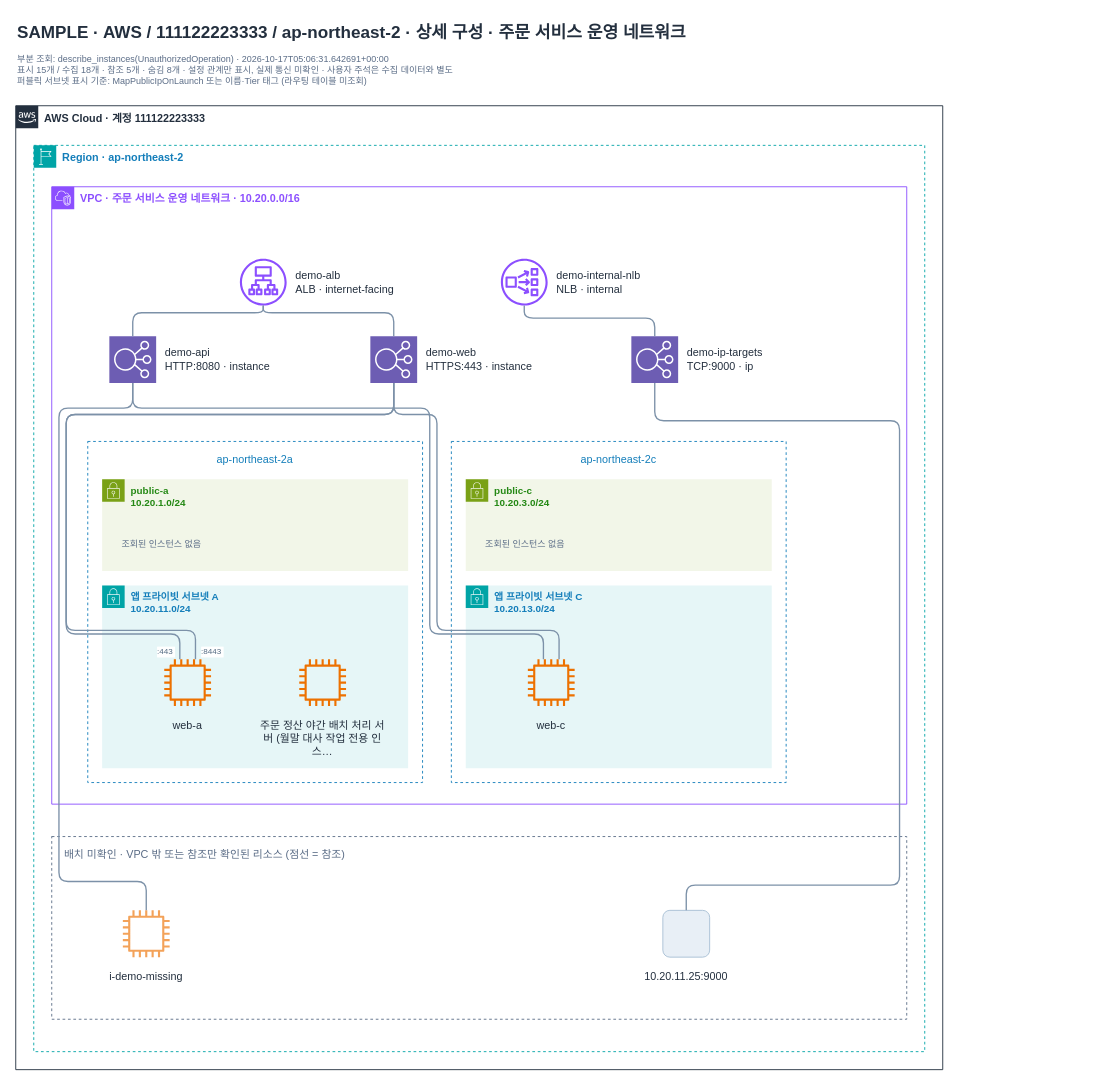
men16922/diagram-bot keeps this draw.io diagram as page "vpc-demo" (2 of 4) of examples/demo/topology.drawio. Above is the earlier version. Source tidied: cells renumbered, new cells numbered last; positions are measured from the earlier drawing's top-left corner, leaving out a move shared by most shapes. Both pictures are drawn from the tidied source at 90%, with x=0, y=0 at pixel (15, 15).
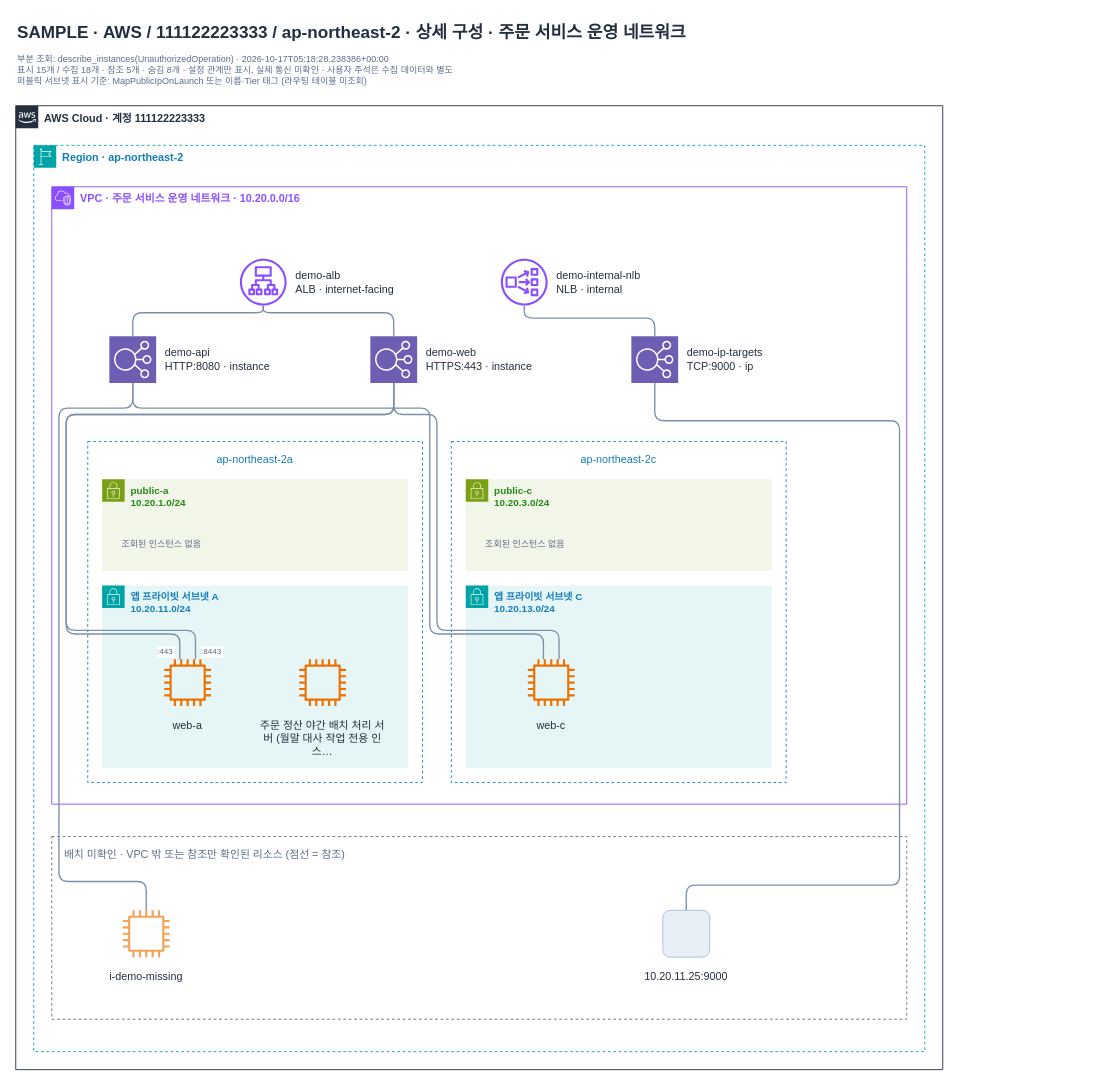
The same page after the edit.

Change to the diagram source:
```diff
@@
-    <mxCell id="3" value="부분 조회: describe_instances(UnauthorizedOperation) · 2026-10-17T05:06:31.642691+00:00&#10;표시 15개 / 수집 18개 · 참조 5개 · 숨김 8개 · 설정 관계만 표시, 실제 통신 미확인 · 사용자 주석은 수집 데이터와 별도&#10;퍼블릭 서브넷 표시 기준: MapPublicIpOnLaunch 또는 이름·Tier 태그 (라우팅 테이블 미조회)" style="html=0;fontFamily=Arial;fontSize=12;fontColor=#232F3E;text;align=left;verticalAlign=top;whiteSpace=wrap;fontSize=10;fontColor=#5A6C86;strokeColor=none;fillColor=none;" parent="1" vertex="1">
+    <mxCell id="3" value="부분 조회: describe_instances(UnauthorizedOperation) · 2026-10-17T05:18:28.238386+00:00&#10;표시 15개 / 수집 18개 · 참조 5개 · 숨김 8개 · 설정 관계만 표시, 실제 통신 미확인 · 사용자 주석은 수집 데이터와 별도&#10;퍼블릭 서브넷 표시 기준: MapPublicIpOnLaunch 또는 이름·Tier 태그 (라우팅 테이블 미조회)" style="html=0;fontFamily=Arial;fontSize=12;fontColor=#232F3E;text;align=left;verticalAlign=top;whiteSpace=wrap;fontSize=10;fontColor=#5A6C86;strokeColor=none;fillColor=none;" parent="1" vertex="1">
       <mxGeometry y="36" width="960" height="42" as="geometry" />
     </mxCell>
```
